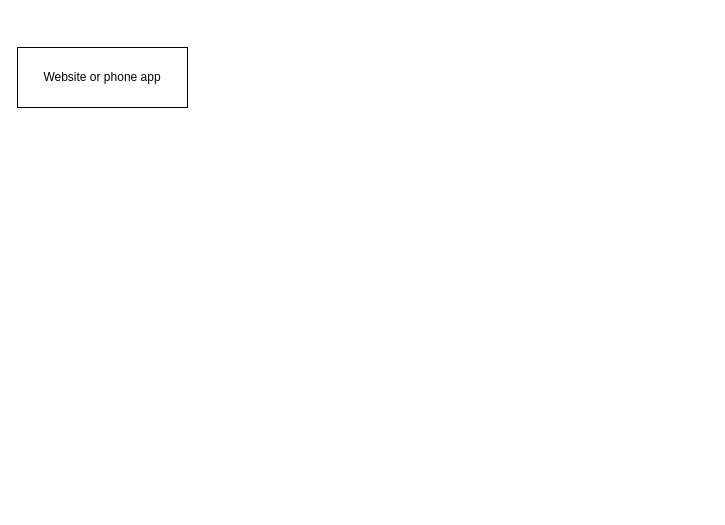
This is Untitled Diagram.drawio from ghankerson/test1, a draw.io file, before an edit. Source tidied: cells renumbered, new cells numbered last; positions are measured from the earlier drawing's top-left corner, leaving out a move shared by most shapes. Both pictures are drawn from the tidied source at 100%, with x=0, y=0 at pixel (17, 47).
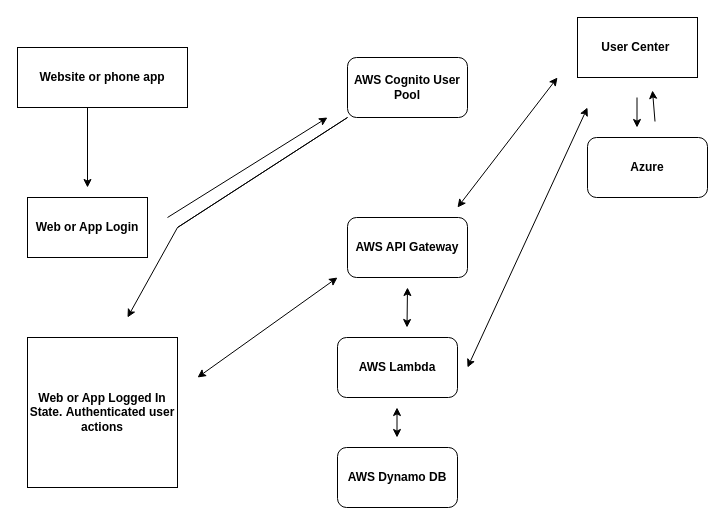
Above is the later version.

Change to the diagram source:
```diff
@@
-    <mxCell id="2" value="Website or phone app" style="rounded=0;whiteSpace=wrap;html=1;" parent="1" vertex="1">
+    <mxCell id="2" value="&lt;b&gt;Website or phone app&lt;/b&gt;" style="rounded=0;whiteSpace=wrap;html=1;" parent="1" vertex="1">
       <mxGeometry width="170" height="60" as="geometry" />
     </mxCell>
+    <mxCell id="3" value="&lt;b&gt;AWS Cognito User Pool&lt;/b&gt;" style="rounded=1;whiteSpace=wrap;html=1;" parent="1" vertex="1">
+      <mxGeometry x="330" y="10" width="120" height="60" as="geometry" />
+    </mxCell>
+    <mxCell id="4" style="endArrow=classic;html=1;rounded=0;" parent="1" edge="1">
+      <mxGeometry relative="1" as="geometry">
+        <mxPoint x="70" y="60" as="sourcePoint" />
+        <mxPoint x="70" y="140" as="targetPoint" />
+      </mxGeometry>
+    </mxCell>
+    <mxCell id="5" value="&lt;b&gt;Web or App Login&lt;/b&gt;" style="rounded=0;whiteSpace=wrap;html=1;" parent="1" vertex="1">
+      <mxGeometry x="10" y="150" width="120" height="60" as="geometry" />
+    </mxCell>
+    <mxCell id="6" value="&lt;b&gt;AWS API Gateway&lt;/b&gt;" style="rounded=1;whiteSpace=wrap;html=1;" parent="1" vertex="1">
+      <mxGeometry x="330" y="170" width="120" height="60" as="geometry" />
+    </mxCell>
+    <mxCell id="7" value="&lt;b&gt;AWS Lambda&lt;/b&gt;" style="rounded=1;whiteSpace=wrap;html=1;" parent="1" vertex="1">
+      <mxGeometry x="320" y="290" width="120" height="60" as="geometry" />
+    </mxCell>
+    <mxCell id="8" value="&lt;b&gt;AWS Dynamo DB&lt;/b&gt;" style="rounded=1;whiteSpace=wrap;html=1;" parent="1" vertex="1">
+      <mxGeometry x="320" y="400" width="120" height="60" as="geometry" />
+    </mxCell>
+    <mxCell id="9" style="endArrow=classic;html=1;rounded=0;" parent="1" edge="1">
+      <mxGeometry relative="1" as="geometry">
+        <mxPoint x="150" y="170" as="sourcePoint" />
+        <mxPoint x="310" y="70" as="targetPoint" />
+      </mxGeometry>
+    </mxCell>
+    <mxCell id="10" style="endArrow=classic;html=1;rounded=0;" parent="1" edge="1">
+      <mxGeometry relative="1" as="geometry">
+        <mxPoint x="160" y="180" as="sourcePoint" />
+        <mxPoint x="110" y="270" as="targetPoint" />
+        <Array as="points">
+          <mxPoint x="330" y="70" />
+          <mxPoint x="160" y="180" />
+        </Array>
+      </mxGeometry>
+    </mxCell>
+    <mxCell id="11" value="&lt;b&gt;Web or App Logged In State.&amp;nbsp;&lt;/b&gt;&lt;b&gt;Authenticated&amp;nbsp;user actions&lt;/b&gt;" style="rounded=0;whiteSpace=wrap;html=1;" parent="1" vertex="1">
+      <mxGeometry x="10" y="290" width="150" height="150" as="geometry" />
+    </mxCell>
+    <mxCell id="12" value="&lt;b&gt;User Center&amp;nbsp;&lt;/b&gt;" style="rounded=0;whiteSpace=wrap;html=1;" parent="1" vertex="1">
+      <mxGeometry x="560" y="-30" width="120" height="60" as="geometry" />
+    </mxCell>
+    <mxCell id="13" value="&lt;b&gt;Azure&lt;/b&gt;" style="rounded=1;whiteSpace=wrap;html=1;" parent="1" vertex="1">
+      <mxGeometry x="570" y="90" width="120" height="60" as="geometry" />
+    </mxCell>
+    <mxCell id="14" style="endArrow=classic;html=1;rounded=0;" parent="1" edge="1">
+      <mxGeometry relative="1" as="geometry">
+        <mxPoint x="619.5" y="50" as="sourcePoint" />
+        <mxPoint x="619.5" y="80" as="targetPoint" />
+      </mxGeometry>
+    </mxCell>
+    <mxCell id="15" style="endArrow=classic;html=1;rounded=0;entryX=0.558;entryY=0.983;entryDx=0;entryDy=0;entryPerimeter=0;" parent="1" edge="1">
+      <mxGeometry relative="1" as="geometry">
+        <mxPoint x="637.5" y="74" as="sourcePoint" />
+        <mxPoint x="635" y="43" as="targetPoint" />
+        <Array as="points">
+          <mxPoint x="638" y="74" />
+        </Array>
+      </mxGeometry>
+    </mxCell>
+    <mxCell id="16" style="endArrow=classic;startArrow=classic;html=1;rounded=0;" parent="1" edge="1">
+      <mxGeometry relative="1" as="geometry">
+        <mxPoint x="450" y="320" as="sourcePoint" />
+        <mxPoint x="570" y="60" as="targetPoint" />
+      </mxGeometry>
+    </mxCell>
+    <mxCell id="17" style="endArrow=classic;startArrow=classic;html=1;rounded=0;" parent="1" edge="1">
+      <mxGeometry relative="1" as="geometry">
+        <mxPoint x="379.5" y="390" as="sourcePoint" />
+        <mxPoint x="379.5" y="360" as="targetPoint" />
+      </mxGeometry>
+    </mxCell>
+    <mxCell id="18" style="endArrow=classic;startArrow=classic;html=1;rounded=0;" parent="1" edge="1">
+      <mxGeometry relative="1" as="geometry">
+        <mxPoint x="389.5" y="280" as="sourcePoint" />
+        <mxPoint x="390" y="240" as="targetPoint" />
+      </mxGeometry>
+    </mxCell>
+    <mxCell id="19" style="endArrow=classic;startArrow=classic;html=1;rounded=0;" parent="1" edge="1">
+      <mxGeometry relative="1" as="geometry">
+        <mxPoint x="440" y="160" as="sourcePoint" />
+        <mxPoint x="540" y="30" as="targetPoint" />
+      </mxGeometry>
+    </mxCell>
+    <mxCell id="20" style="endArrow=classic;startArrow=classic;html=1;rounded=0;" parent="1" edge="1">
+      <mxGeometry relative="1" as="geometry">
+        <mxPoint x="180" y="330" as="sourcePoint" />
+        <mxPoint x="320" y="230" as="targetPoint" />
+      </mxGeometry>
+    </mxCell>
```
